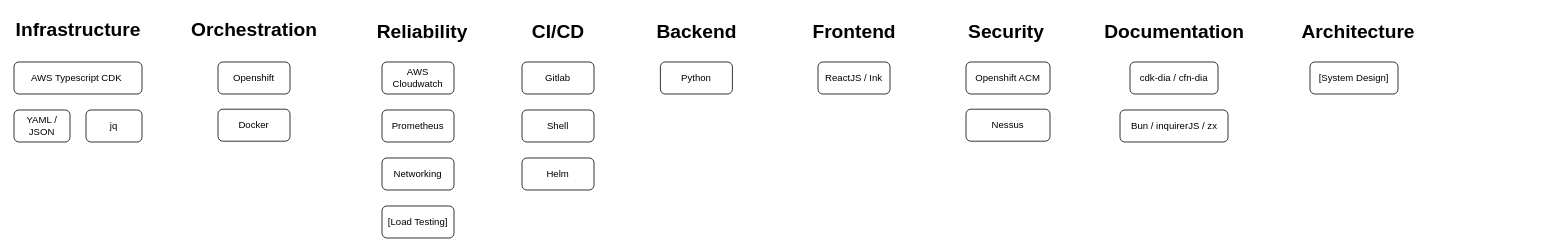
knonenull23/dotfiles00 keeps this draw.io diagram as learn/roadmap.drawio. Above is the earlier version. Source tidied: cells renumbered, new cells numbered last; positions are measured from the earlier drawing's top-left corner, leaving out a move shared by most shapes. Both pictures are drawn from the tidied source at 80%, with x=0, y=0 at pixel (14, 14).
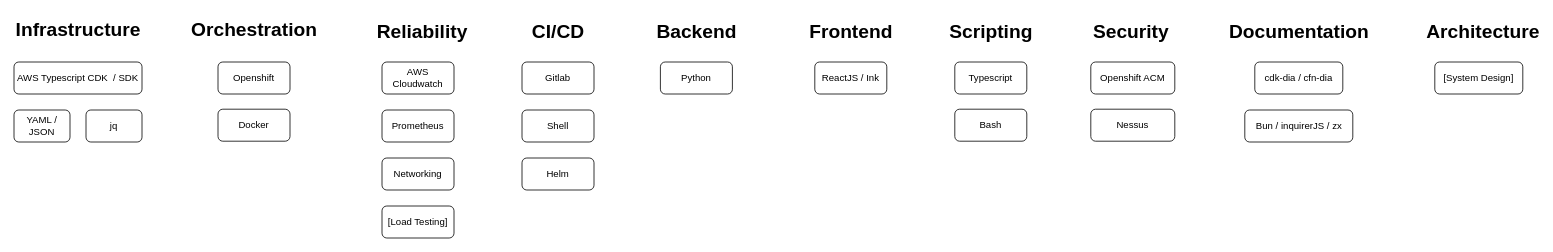
Above is the later version.

Diff of the diagram source:
```diff
@@
-    <mxCell id="2" value="AWS Typescript CDK&amp;nbsp;" style="rounded=1;whiteSpace=wrap;html=1;" parent="1" vertex="1">
+    <mxCell id="2" value="AWS Typescript CDK&amp;nbsp; / SDK" style="rounded=1;whiteSpace=wrap;html=1;" parent="1" vertex="1">
       <mxGeometry y="60" width="160" height="40" as="geometry" />
     </mxCell>
@@
     <mxCell id="7" value="Frontend" style="text;strokeColor=none;fillColor=none;html=1;fontSize=24;fontStyle=1;verticalAlign=middle;align=center;" parent="1" vertex="1">
-      <mxGeometry x="1000" y="2" width="100" height="40" as="geometry" />
+      <mxGeometry x="996" y="2" width="100" height="40" as="geometry" />
     </mxCell>
     <mxCell id="8" value="Security" style="text;strokeColor=none;fillColor=none;html=1;fontSize=24;fontStyle=1;verticalAlign=middle;align=center;" parent="1" vertex="1">
-      <mxGeometry x="1190" y="2" width="100" height="40" as="geometry" />
+      <mxGeometry x="1346" y="2" width="100" height="40" as="geometry" />
     </mxCell>
@@
     <mxCell id="11" value="Documentation" style="text;strokeColor=none;fillColor=none;html=1;fontSize=24;fontStyle=1;verticalAlign=middle;align=center;" parent="1" vertex="1">
-      <mxGeometry x="1400" y="2" width="100" height="40" as="geometry" />
+      <mxGeometry x="1556" y="2" width="100" height="40" as="geometry" />
     </mxCell>
     <mxCell id="12" value="ReactJS / Ink" style="rounded=1;whiteSpace=wrap;html=1;" parent="1" vertex="1">
-      <mxGeometry x="1005" y="60" width="90" height="40" as="geometry" />
+      <mxGeometry x="1001" y="60" width="90" height="40" as="geometry" />
     </mxCell>
@@
     <mxCell id="17" value="cdk-dia / cfn-dia" style="rounded=1;whiteSpace=wrap;html=1;" parent="1" vertex="1">
-      <mxGeometry x="1395" y="60" width="110" height="40" as="geometry" />
+      <mxGeometry x="1551" y="60" width="110" height="40" as="geometry" />
     </mxCell>
     <mxCell id="18" value="Bun / inquirerJS / zx" style="rounded=1;whiteSpace=wrap;html=1;" parent="1" vertex="1">
-      <mxGeometry x="1382.5" y="120" width="135" height="40" as="geometry" />
+      <mxGeometry x="1538.5" y="120" width="135" height="40" as="geometry" />
     </mxCell>
@@
     <mxCell id="25" value="Openshift ACM" style="rounded=1;whiteSpace=wrap;html=1;" parent="1" vertex="1">
-      <mxGeometry x="1190" y="60" width="105" height="40" as="geometry" />
+      <mxGeometry x="1346" y="60" width="105" height="40" as="geometry" />
     </mxCell>
     <mxCell id="26" value="Nessus" style="rounded=1;whiteSpace=wrap;html=1;" parent="1" vertex="1">
-      <mxGeometry x="1190" y="119" width="105" height="40" as="geometry" />
+      <mxGeometry x="1346" y="119" width="105" height="40" as="geometry" />
     </mxCell>
     <mxCell id="27" value="Architecture" style="text;strokeColor=none;fillColor=none;html=1;fontSize=24;fontStyle=1;verticalAlign=middle;align=center;" parent="1" vertex="1">
-      <mxGeometry x="1630" y="2" width="100" height="40" as="geometry" />
+      <mxGeometry x="1786" y="2" width="100" height="40" as="geometry" />
     </mxCell>
@@
     <mxCell id="29" value="[System Design]" style="rounded=1;whiteSpace=wrap;html=1;" parent="1" vertex="1">
-      <mxGeometry x="1620" y="60" width="110" height="40" as="geometry" />
+      <mxGeometry x="1776" y="60" width="110" height="40" as="geometry" />
     </mxCell>
+    <mxCell id="30" value="Scripting" style="text;strokeColor=none;fillColor=none;html=1;fontSize=24;fontStyle=1;verticalAlign=middle;align=center;" parent="1" vertex="1">
+      <mxGeometry x="1171" y="2" width="100" height="40" as="geometry" />
+    </mxCell>
+    <mxCell id="31" value="Typescript" style="rounded=1;whiteSpace=wrap;html=1;" parent="1" vertex="1">
+      <mxGeometry x="1176" y="60" width="90" height="40" as="geometry" />
+    </mxCell>
+    <mxCell id="32" value="Bash" style="rounded=1;whiteSpace=wrap;html=1;" parent="1" vertex="1">
+      <mxGeometry x="1176" y="119" width="90" height="40" as="geometry" />
+    </mxCell>
```
